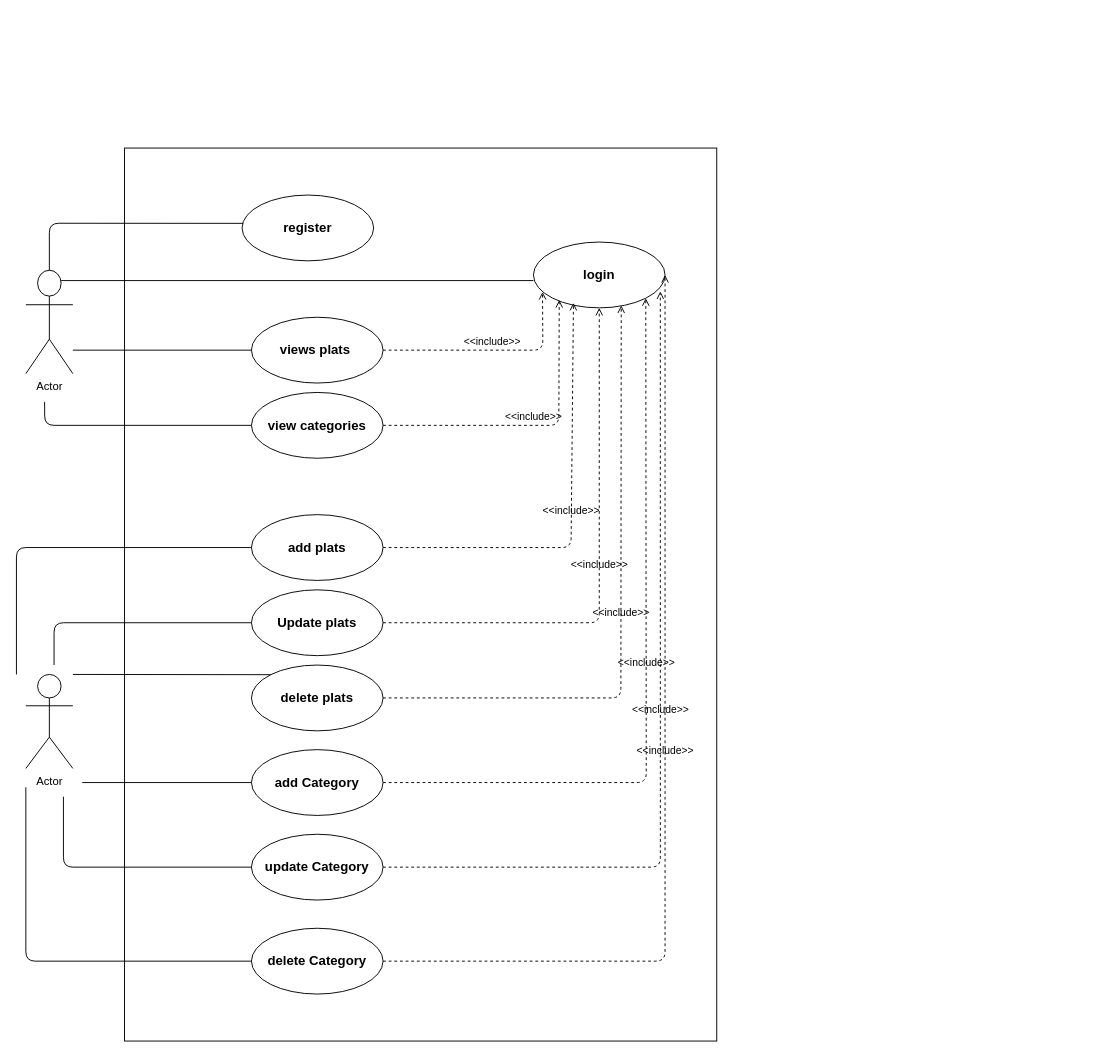
HIBA53757/BrigadeAPI keeps this draw.io diagram as diagrammes/usecase.drawio. Above is the earlier version. Source tidied: cells renumbered, new cells numbered last; positions are measured from the earlier drawing's top-left corner, leaving out a move shared by most shapes. Both pictures are drawn from the tidied source at 94%, with x=0, y=0 at pixel (16, 148).
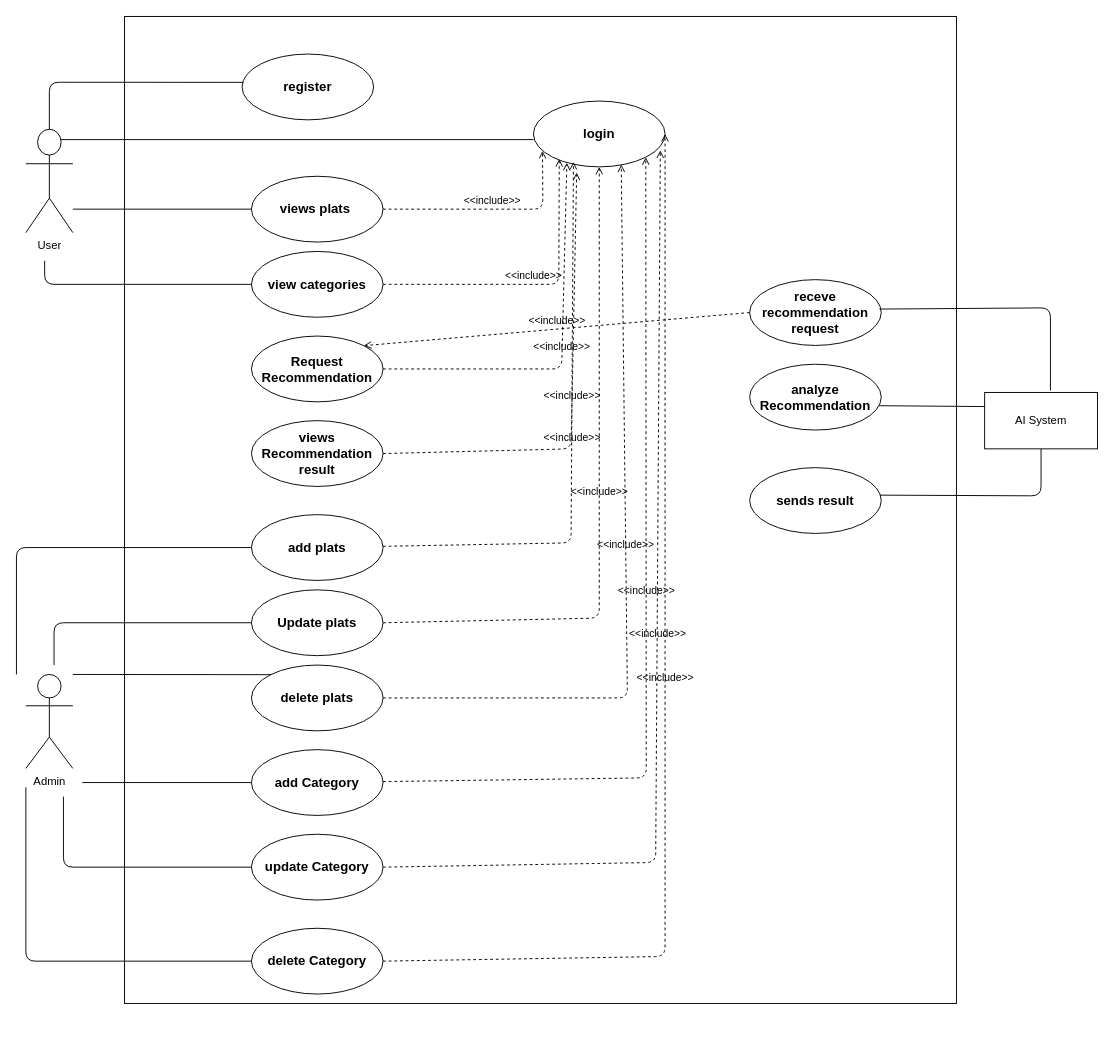
The same page after the edit.

Unchanged cells that the change refers to:
```xml
<mxCell id="7" value="&lt;b&gt;&lt;font style=&quot;font-size: 14px;&quot;&gt;add plats&lt;/font&gt;&lt;/b&gt;" style="ellipse;whiteSpace=wrap;html=1;" parent="1" vertex="1">
  <mxGeometry x="250" y="390" width="140" height="70" as="geometry" />
</mxCell>
<mxCell id="10" value="&lt;font style=&quot;font-size: 14px;&quot;&gt;&lt;b&gt;delete plats&lt;/b&gt;&lt;/font&gt;" style="ellipse;whiteSpace=wrap;html=1;" parent="1" vertex="1">
  <mxGeometry x="250" y="550" width="140" height="70" as="geometry" />
</mxCell>
<mxCell id="11" value="&lt;span style=&quot;font-size: 14px;&quot;&gt;&lt;b&gt;Update plats&lt;/b&gt;&lt;/span&gt;" style="ellipse;whiteSpace=wrap;html=1;" parent="1" vertex="1">
  <mxGeometry x="250" y="470" width="140" height="70" as="geometry" />
</mxCell>
<mxCell id="12" value="&lt;font style=&quot;font-size: 14px;&quot;&gt;&lt;b&gt;delete Category&lt;/b&gt;&lt;/font&gt;" style="ellipse;whiteSpace=wrap;html=1;" parent="1" vertex="1">
  <mxGeometry x="250" y="830" width="140" height="70" as="geometry" />
</mxCell>
<mxCell id="13" value="&lt;font style=&quot;font-size: 14px;&quot;&gt;&lt;b&gt;add Category&lt;/b&gt;&lt;/font&gt;" style="ellipse;whiteSpace=wrap;html=1;" parent="1" vertex="1">
  <mxGeometry x="250" y="640" width="140" height="70" as="geometry" />
</mxCell>
<mxCell id="14" value="&lt;font style=&quot;font-size: 14px;&quot;&gt;&lt;b&gt;update Category&lt;/b&gt;&lt;/font&gt;" style="ellipse;whiteSpace=wrap;html=1;" parent="1" vertex="1">
  <mxGeometry x="250" y="730" width="140" height="70" as="geometry" />
</mxCell>
```

Change to the diagram source:
```diff
@@
     <mxCell id="2" style="rounded=0;whiteSpace=wrap;html=1;" parent="1" vertex="1">
-      <mxGeometry x="115" width="630" height="950" as="geometry" />
+      <mxGeometry x="115" y="-140" width="885" height="1050" as="geometry" />
     </mxCell>
-    <mxCell id="3" value="Actor" style="shape=umlActor;verticalLabelPosition=bottom;verticalAlign=top;html=1;" parent="1" vertex="1">
+    <mxCell id="3" value="Admin" style="shape=umlActor;verticalLabelPosition=bottom;verticalAlign=top;html=1;" parent="1" vertex="1">
       <mxGeometry x="10" y="560" width="50" height="100" as="geometry" />
     </mxCell>
-    <mxCell id="4" value="Actor" style="shape=umlActor;verticalLabelPosition=bottom;verticalAlign=top;html=1;outlineConnect=0;" parent="1" vertex="1">
-      <mxGeometry x="10" y="130" width="50" height="110" as="geometry" />
+    <mxCell id="4" value="User" style="shape=umlActor;verticalLabelPosition=bottom;verticalAlign=top;html=1;outlineConnect=0;" parent="1" vertex="1">
+      <mxGeometry x="10" y="-20" width="50" height="110" as="geometry" />
     </mxCell>
     <mxCell id="5" value="&lt;b&gt;&lt;font style=&quot;font-size: 14px;&quot;&gt;login&lt;/font&gt;&lt;/b&gt;" style="ellipse;whiteSpace=wrap;html=1;" parent="1" vertex="1">
-      <mxGeometry x="550" y="100" width="140" height="70" as="geometry" />
+      <mxGeometry x="550" y="-50" width="140" height="70" as="geometry" />
     </mxCell>
     <mxCell id="6" value="&lt;b&gt;&lt;font style=&quot;font-size: 14px;&quot;&gt;register&lt;/font&gt;&lt;/b&gt;" style="ellipse;whiteSpace=wrap;html=1;" parent="1" vertex="1">
-      <mxGeometry x="240" y="50" width="140" height="70" as="geometry" />
+      <mxGeometry x="240" y="-100" width="140" height="70" as="geometry" />
     </mxCell>
@@
     <mxCell id="8" value="&lt;b&gt;&lt;font style=&quot;font-size: 14px;&quot;&gt;view categories&lt;/font&gt;&lt;/b&gt;" style="ellipse;whiteSpace=wrap;html=1;" parent="1" vertex="1">
-      <mxGeometry x="250" y="260" width="140" height="70" as="geometry" />
+      <mxGeometry x="250" y="110" width="140" height="70" as="geometry" />
     </mxCell>
     <mxCell id="9" value="&lt;b&gt;&lt;font style=&quot;font-size: 14px;&quot;&gt;views plats&amp;nbsp;&lt;/font&gt;&lt;/b&gt;" style="ellipse;whiteSpace=wrap;html=1;" parent="1" vertex="1">
-      <mxGeometry x="250" y="180" width="140" height="70" as="geometry" />
+      <mxGeometry x="250" y="30" width="140" height="70" as="geometry" />
     </mxCell>
@@
     <mxCell id="15" style="endArrow=none;html=1;exitX=0.5;exitY=0;exitDx=0;exitDy=0;exitPerimeter=0;entryX=0.008;entryY=0.43;entryDx=0;entryDy=0;entryPerimeter=0;" parent="1" edge="1" source="4" target="6">
       <mxGeometry relative="1" as="geometry">
         <Array as="points">
-          <mxPoint x="35" y="80" />
+          <mxPoint x="35" y="-70" />
         </Array>
       </mxGeometry>
     </mxCell>
     <mxCell id="16" style="endArrow=none;html=1;entryX=0;entryY=0.5;entryDx=0;entryDy=0;" parent="1" edge="1" target="9">
       <mxGeometry relative="1" as="geometry">
-        <mxPoint x="60" y="215" as="sourcePoint" />
+        <mxPoint x="60" y="65" as="sourcePoint" />
       </mxGeometry>
     </mxCell>
     <mxCell id="17" style="endArrow=none;html=1;entryX=0;entryY=0.5;entryDx=0;entryDy=0;" parent="1" edge="1" target="8">
       <mxGeometry relative="1" as="geometry">
-        <mxPoint x="30" y="270" as="sourcePoint" />
+        <mxPoint x="30" y="120" as="sourcePoint" />
         <Array as="points">
-          <mxPoint x="30" y="295" />
+          <mxPoint x="30" y="145" />
         </Array>
       </mxGeometry>
     </mxCell>
     <mxCell id="18" style="endArrow=none;html=1;exitX=0.75;exitY=0.1;exitDx=0;exitDy=0;exitPerimeter=0;" parent="1" edge="1" source="4">
       <mxGeometry relative="1" as="geometry">
-        <mxPoint x="550" y="141" as="targetPoint" />
+        <mxPoint x="550" y="-9" as="targetPoint" />
       </mxGeometry>
     </mxCell>
@@
     <mxCell id="25" value="&amp;lt;&amp;lt;include&amp;gt;&amp;gt;" style="html=1;verticalAlign=bottom;labelBackgroundColor=none;endArrow=open;endFill=0;dashed=1;exitX=1;exitY=0.5;exitDx=0;exitDy=0;entryX=0.069;entryY=0.757;entryDx=0;entryDy=0;entryPerimeter=0;" parent="1" edge="1" source="9" target="5">
       <mxGeometry relative="1" as="geometry">
         <Array as="points">
-          <mxPoint x="560" y="215" />
+          <mxPoint x="560" y="65" />
         </Array>
       </mxGeometry>
     </mxCell>
     <mxCell id="26" value="&amp;lt;&amp;lt;include&amp;gt;&amp;gt;" style="html=1;verticalAlign=bottom;labelBackgroundColor=none;endArrow=open;endFill=0;dashed=1;entryX=0.196;entryY=0.881;entryDx=0;entryDy=0;entryPerimeter=0;" parent="1" edge="1" source="8" target="5">
       <mxGeometry relative="1" as="geometry">
         <Array as="points">
-          <mxPoint x="577" y="295" />
+          <mxPoint x="577" y="145" />
         </Array>
       </mxGeometry>
     </mxCell>
     <mxCell id="27" value="&amp;lt;&amp;lt;include&amp;gt;&amp;gt;" style="html=1;verticalAlign=bottom;labelBackgroundColor=none;endArrow=open;endFill=0;dashed=1;entryX=0.304;entryY=0.924;entryDx=0;entryDy=0;entryPerimeter=0;" parent="1" edge="1" source="7" target="5">
       <mxGeometry relative="1" as="geometry">
         <Array as="points">
-          <mxPoint x="590" y="425" />
+          <mxPoint x="590" y="420" />
         </Array>
       </mxGeometry>
     </mxCell>
     <mxCell id="28" value="&amp;lt;&amp;lt;include&amp;gt;&amp;gt;" style="html=1;verticalAlign=bottom;labelBackgroundColor=none;endArrow=open;endFill=0;dashed=1;exitX=1;exitY=0.5;exitDx=0;exitDy=0;entryX=0.5;entryY=1;entryDx=0;entryDy=0;" parent="1" edge="1" source="11" target="5">
       <mxGeometry relative="1" as="geometry">
         <Array as="points">
-          <mxPoint x="620" y="505" />
+          <mxPoint x="620" y="500" />
         </Array>
       </mxGeometry>
     </mxCell>
     <mxCell id="29" value="&amp;lt;&amp;lt;include&amp;gt;&amp;gt;" style="html=1;verticalAlign=bottom;labelBackgroundColor=none;endArrow=open;endFill=0;dashed=1;exitX=1;exitY=0.5;exitDx=0;exitDy=0;entryX=0.667;entryY=0.963;entryDx=0;entryDy=0;entryPerimeter=0;" parent="1" edge="1" source="10" target="5">
       <mxGeometry relative="1" as="geometry">
         <Array as="points">
-          <mxPoint x="643" y="585" />
+          <mxPoint x="650" y="585" />
         </Array>
       </mxGeometry>
     </mxCell>
     <mxCell id="30" value="&amp;lt;&amp;lt;include&amp;gt;&amp;gt;" style="html=1;verticalAlign=bottom;labelBackgroundColor=none;endArrow=open;endFill=0;dashed=1;entryX=1;entryY=1;entryDx=0;entryDy=0;" parent="1" edge="1" source="13" target="5">
       <mxGeometry relative="1" as="geometry">
         <Array as="points">
-          <mxPoint x="670" y="675" />
+          <mxPoint x="670" y="670" />
         </Array>
       </mxGeometry>
     </mxCell>
     <mxCell id="31" value="&amp;lt;&amp;lt;include&amp;gt;&amp;gt;" style="html=1;verticalAlign=bottom;labelBackgroundColor=none;endArrow=open;endFill=0;dashed=1;exitX=1;exitY=0.5;exitDx=0;exitDy=0;entryX=0.964;entryY=0.75;entryDx=0;entryDy=0;entryPerimeter=0;" parent="1" edge="1" source="14" target="5">
       <mxGeometry relative="1" as="geometry">
         <Array as="points">
-          <mxPoint x="685" y="765" />
+          <mxPoint x="680" y="760" />
         </Array>
       </mxGeometry>
     </mxCell>
     <mxCell id="32" value="&amp;lt;&amp;lt;include&amp;gt;&amp;gt;" style="html=1;verticalAlign=bottom;labelBackgroundColor=none;endArrow=open;endFill=0;dashed=1;exitX=1;exitY=0.5;exitDx=0;exitDy=0;entryX=1;entryY=0.5;entryDx=0;entryDy=0;" parent="1" edge="1" source="12" target="5">
       <mxGeometry relative="1" as="geometry">
         <Array as="points">
-          <mxPoint x="690" y="865" />
+          <mxPoint x="690" y="860" />
         </Array>
       </mxGeometry>
     </mxCell>
+    <mxCell id="33" value="AI System" style="whiteSpace=wrap;html=1;" parent="1" vertex="1">
+      <mxGeometry x="1030" y="260" width="120" height="60" as="geometry" />
+    </mxCell>
+    <mxCell id="34" value="&lt;b&gt;&lt;font style=&quot;font-size: 14px;&quot;&gt;Request Recommendation&lt;/font&gt;&lt;/b&gt;" style="ellipse;whiteSpace=wrap;html=1;" parent="1" vertex="1">
+      <mxGeometry x="250" y="200" width="140" height="70" as="geometry" />
+    </mxCell>
+    <mxCell id="35" value="&lt;b&gt;&lt;font style=&quot;font-size: 14px;&quot;&gt;views Recommendation result&lt;/font&gt;&lt;/b&gt;" style="ellipse;whiteSpace=wrap;html=1;" parent="1" vertex="1">
+      <mxGeometry x="250" y="290" width="140" height="70" as="geometry" />
+    </mxCell>
+    <mxCell id="36" value="&amp;lt;&amp;lt;include&amp;gt;&amp;gt;" style="html=1;verticalAlign=bottom;labelBackgroundColor=none;endArrow=open;endFill=0;dashed=1;entryX=0.254;entryY=0.938;entryDx=0;entryDy=0;entryPerimeter=0;exitX=1;exitY=0.5;exitDx=0;exitDy=0;" parent="1" edge="1" source="34" target="5">
+      <mxGeometry relative="1" as="geometry">
+        <Array as="points">
+          <mxPoint x="580" y="235" />
+        </Array>
+      </mxGeometry>
+    </mxCell>
+    <mxCell id="37" value="&amp;lt;&amp;lt;include&amp;gt;&amp;gt;" style="html=1;verticalAlign=bottom;labelBackgroundColor=none;endArrow=open;endFill=0;dashed=1;entryX=0.254;entryY=0.938;entryDx=0;entryDy=0;entryPerimeter=0;exitX=1;exitY=0.5;exitDx=0;exitDy=0;" parent="1" edge="1" source="35">
+      <mxGeometry relative="1" as="geometry">
+        <mxPoint x="596" y="26" as="targetPoint" />
+        <Array as="points">
+          <mxPoint x="590" y="320" />
+        </Array>
+      </mxGeometry>
+    </mxCell>
+    <mxCell id="38" value="&lt;b&gt;&lt;font style=&quot;font-size: 14px;&quot;&gt;receve recommendation request&lt;/font&gt;&lt;/b&gt;" style="ellipse;whiteSpace=wrap;html=1;" parent="1" vertex="1">
+      <mxGeometry x="780" y="140" width="140" height="70" as="geometry" />
+    </mxCell>
+    <mxCell id="39" value="&lt;b&gt;&lt;font style=&quot;font-size: 14px;&quot;&gt;analyze Recommendation&lt;/font&gt;&lt;/b&gt;" style="ellipse;whiteSpace=wrap;html=1;" parent="1" vertex="1">
+      <mxGeometry x="780" y="230" width="140" height="70" as="geometry" />
+    </mxCell>
+    <mxCell id="40" value="&lt;b&gt;&lt;font style=&quot;font-size: 14px;&quot;&gt;sends result&lt;/font&gt;&lt;/b&gt;" style="ellipse;whiteSpace=wrap;html=1;" parent="1" vertex="1">
+      <mxGeometry x="780" y="340" width="140" height="70" as="geometry" />
+    </mxCell>
+    <mxCell id="41" style="endArrow=none;html=1;exitX=0.987;exitY=0.447;exitDx=0;exitDy=0;exitPerimeter=0;" parent="1" edge="1" source="38">
+      <mxGeometry relative="1" as="geometry">
+        <mxPoint x="1100" y="258" as="targetPoint" />
+        <Array as="points">
+          <mxPoint x="1100" y="170" />
+        </Array>
+      </mxGeometry>
+    </mxCell>
+    <mxCell id="42" style="endArrow=none;html=1;entryX=0.5;entryY=1;entryDx=0;entryDy=0;exitX=0.99;exitY=0.418;exitDx=0;exitDy=0;exitPerimeter=0;" parent="1" edge="1" source="40" target="33">
+      <mxGeometry relative="1" as="geometry">
+        <Array as="points">
+          <mxPoint x="1090" y="370" />
+        </Array>
+      </mxGeometry>
+    </mxCell>
+    <mxCell id="43" style="endArrow=none;html=1;entryX=0;entryY=0.25;entryDx=0;entryDy=0;exitX=0.984;exitY=0.63;exitDx=0;exitDy=0;exitPerimeter=0;" parent="1" edge="1" source="39" target="33">
+      <mxGeometry relative="1" as="geometry" />
+    </mxCell>
+    <mxCell id="44" value="&amp;lt;&amp;lt;include&amp;gt;&amp;gt;" style="html=1;verticalAlign=bottom;labelBackgroundColor=none;endArrow=open;endFill=0;dashed=1;exitX=0;exitY=0.5;exitDx=0;exitDy=0;entryX=1;entryY=0;entryDx=0;entryDy=0;" parent="1" edge="1" source="38" target="34">
+      <mxGeometry relative="1" as="geometry" />
+    </mxCell>
```
